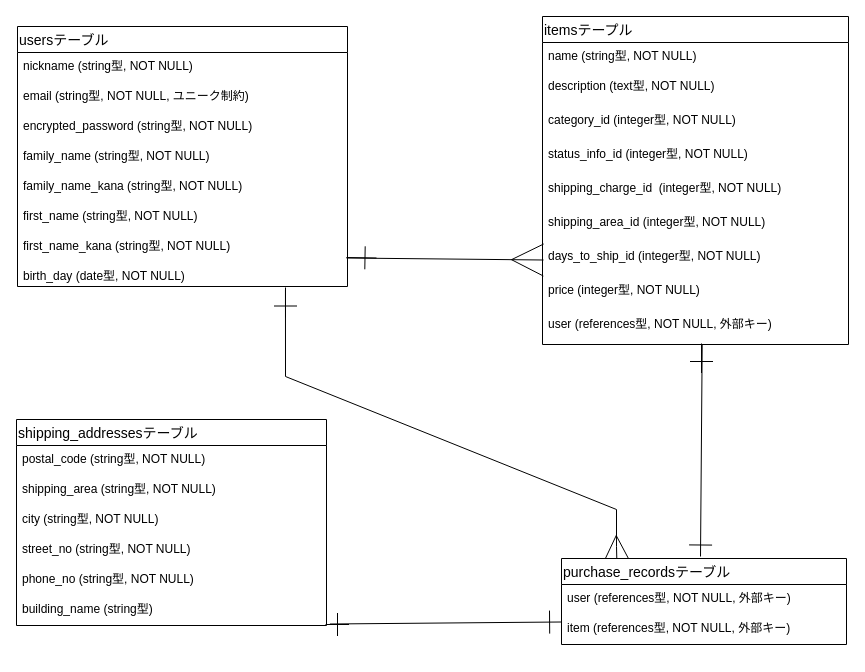
This is ntt.dio from DrizzleMoelay/furima-38099, a draw.io file, before an edit. Source tidied: cells renumbered, new cells numbered last; positions are measured from the earlier drawing's top-left corner, leaving out a move shared by most shapes. Both pictures are drawn from the tidied source at 100%, with x=0, y=0 at pixel (16, 16).
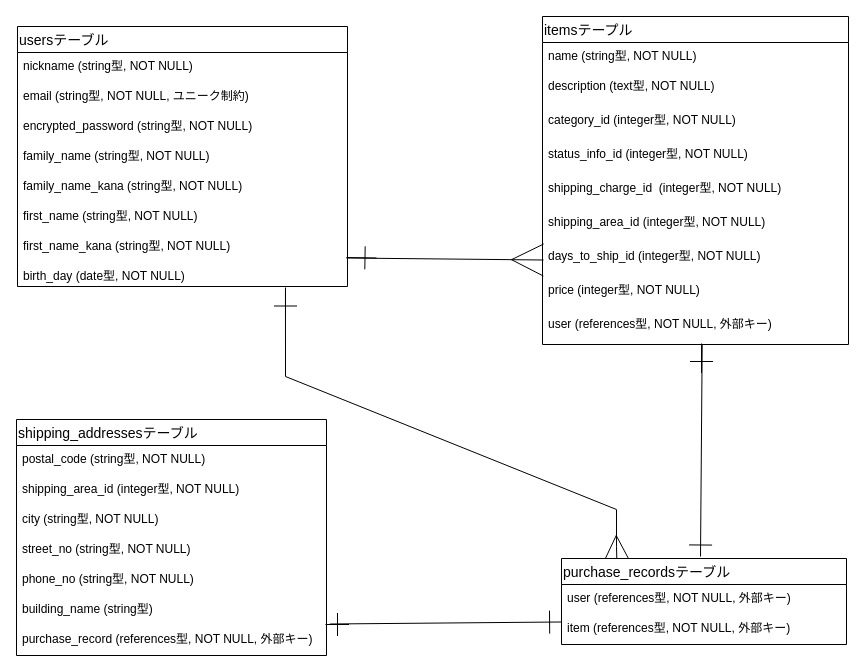
Above is the later version.

Change to the diagram source:
```diff
@@
     <mxCell id="25" value="shipping_addressesテーブル" style="swimlane;fontStyle=0;horizontal=1;startSize=26;align=left;fontSize=14;" parent="1" vertex="1">
-      <mxGeometry y="403" width="310" height="206" as="geometry" />
+      <mxGeometry y="403" width="310" height="236" as="geometry" />
     </mxCell>
@@
-    <mxCell id="27" value="shipping_area (string型, NOT NULL)" style="text;strokeColor=none;fillColor=none;spacingLeft=4;spacingRight=4;overflow=hidden;fontSize=12;" parent="25" vertex="1">
+    <mxCell id="27" value="shipping_area_id (integer型, NOT NULL)" style="text;strokeColor=none;fillColor=none;spacingLeft=4;spacingRight=4;overflow=hidden;fontSize=12;" parent="25" vertex="1">
       <mxGeometry y="56" width="310" height="30" as="geometry" />
     </mxCell>
@@
+    <mxCell id="39" value="purchase_record (references型, NOT NULL, 外部キー)" style="text;strokeColor=none;fillColor=none;spacingLeft=4;spacingRight=4;overflow=hidden;fontSize=12;" parent="25" vertex="1">
+      <mxGeometry y="206" width="310" height="30" as="geometry" />
+    </mxCell>
```
